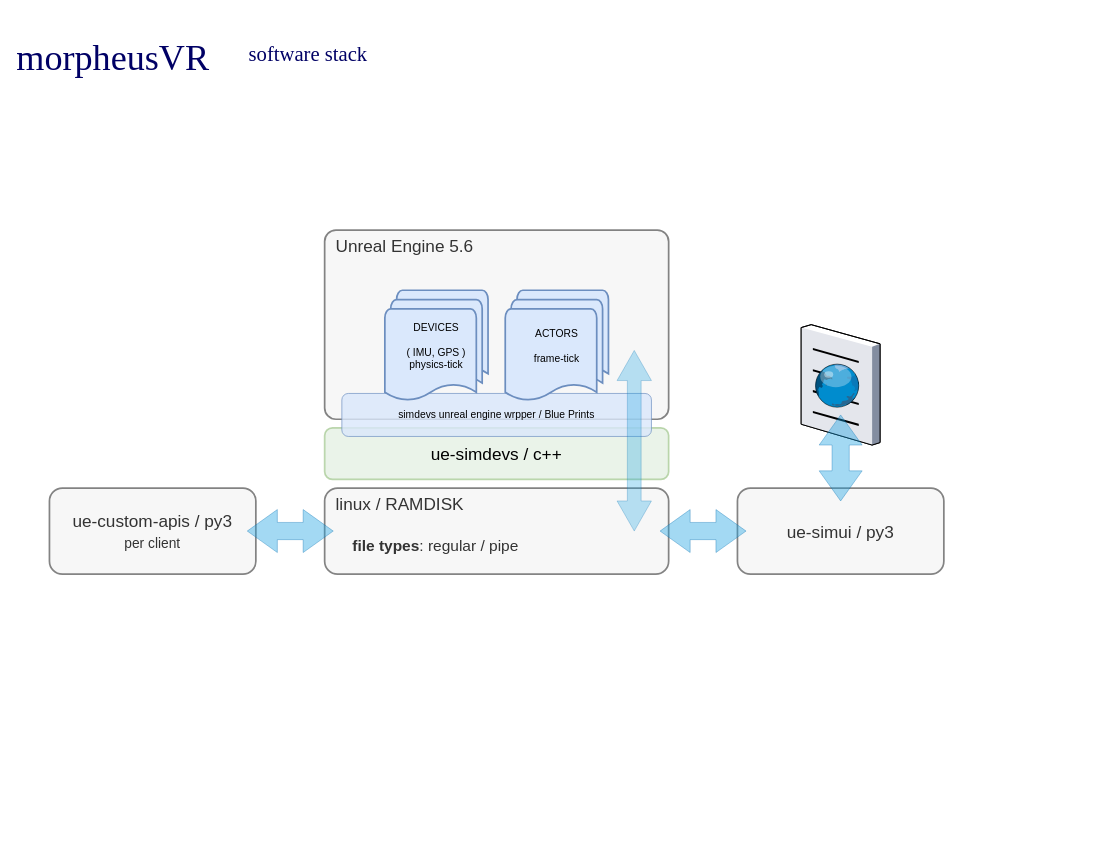
This is dox/morpheusVR.drawio from iotech-systems/ue-siminit, a draw.io file, before an edit. Source tidied: cells renumbered, new cells numbered last; positions are measured from the earlier drawing's top-left corner, leaving out a move shared by most shapes. Both pictures are drawn from the tidied source at 86%, with x=0, y=0 at pixel (15, 15).
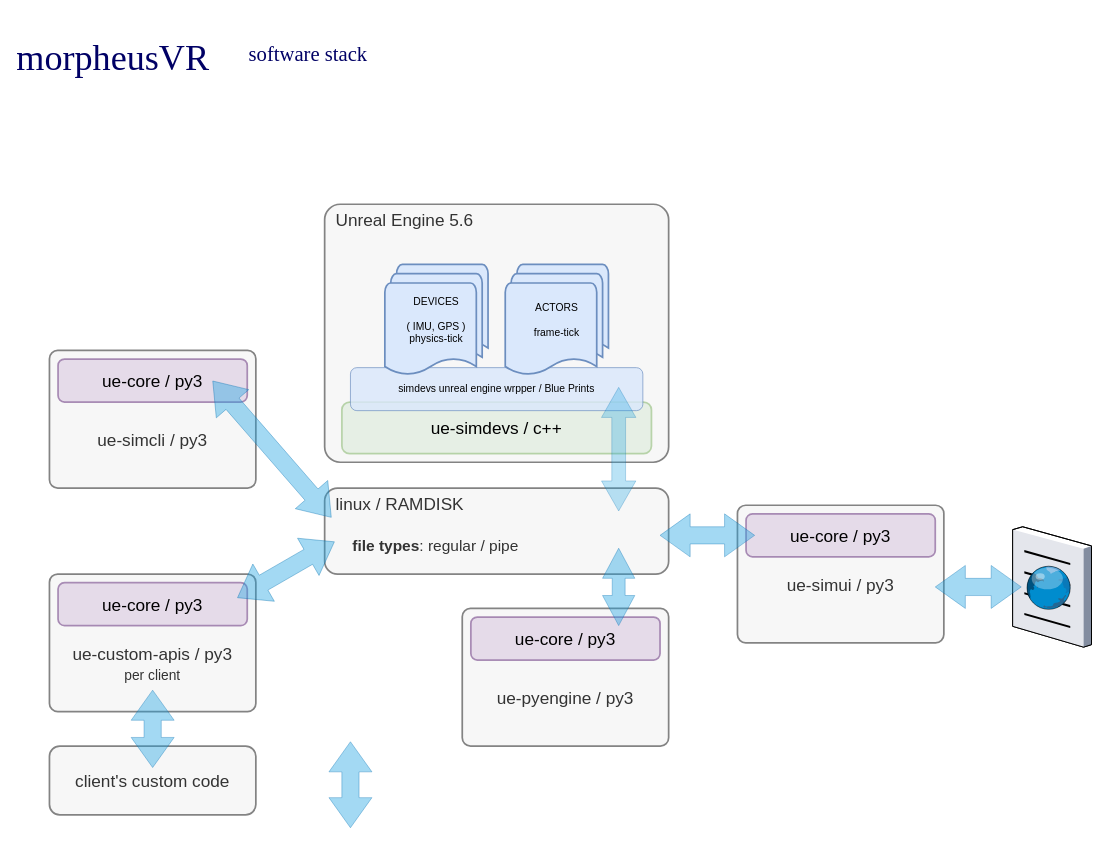
After the change.

Change to the diagram source:
```diff
@@
+    <mxCell id="17" value="&lt;div&gt;&lt;br&gt;&lt;/div&gt;&lt;div&gt;&lt;br&gt;&lt;/div&gt;&lt;div&gt;ue-custom-apis / py3&lt;/div&gt;&lt;font style=&quot;font-size: 16px;&quot;&gt;per client&lt;/font&gt;" style="rounded=1;whiteSpace=wrap;html=1;fontSize=20;fillColor=#f5f5f5;fontColor=#333333;strokeColor=#666666;align=center;verticalAlign=middle;strokeWidth=2;opacity=80;arcSize=6;" parent="1" vertex="1">
+      <mxGeometry x="40" y="650" width="240" height="160" as="geometry" />
+    </mxCell>
@@
     <mxCell id="3" value="&lt;div align=&quot;left&quot;&gt;&amp;nbsp; Unreal Engine 5.6&lt;/div&gt;" style="rounded=1;whiteSpace=wrap;html=1;fontSize=20;fillColor=#f5f5f5;fontColor=#333333;strokeColor=#666666;align=left;verticalAlign=top;arcSize=6;strokeWidth=2;opacity=80;" parent="1" vertex="1">
-      <mxGeometry x="360" y="250" width="400" height="220" as="geometry" />
+      <mxGeometry x="360" y="220" width="400" height="300" as="geometry" />
     </mxCell>
@@
     <mxCell id="5" value="ue-simdevs / c++" style="rounded=1;whiteSpace=wrap;html=1;fontSize=20;fillColor=#d5e8d4;strokeColor=#82b366;opacity=50;strokeWidth=2;" parent="1" vertex="1">
-      <mxGeometry x="360" y="480" width="400" height="60" as="geometry" />
+      <mxGeometry x="380" y="450" width="360" height="60" as="geometry" />
     </mxCell>
@@
     <mxCell id="7" value="simdevs unreal engine wrpper / Blue Prints" style="rounded=1;whiteSpace=wrap;html=1;fillColor=#dae8fc;strokeColor=#6c8ebf;opacity=80;" parent="1" vertex="1">
-      <mxGeometry x="380" y="440" width="360" height="50" as="geometry" />
+      <mxGeometry x="390" y="410" width="340" height="50" as="geometry" />
     </mxCell>
     <mxCell id="8" value="&lt;div&gt;ACTORS&lt;/div&gt;&lt;div&gt;&lt;br&gt;&lt;/div&gt;&lt;div&gt;frame-tick&lt;/div&gt;" style="strokeWidth=2;html=1;shape=mxgraph.flowchart.multi-document;whiteSpace=wrap;fillColor=#dae8fc;strokeColor=#6c8ebf;" parent="1" vertex="1">
-      <mxGeometry x="570" y="320" width="120" height="130" as="geometry" />
+      <mxGeometry x="570" y="290" width="120" height="130" as="geometry" />
     </mxCell>
     <mxCell id="9" value="&lt;div&gt;DEVICES&lt;/div&gt;&lt;div&gt;&lt;br&gt;&lt;/div&gt;&lt;div&gt;( IMU, GPS )&lt;/div&gt;&lt;div&gt;physics-tick&lt;/div&gt;" style="strokeWidth=2;html=1;shape=mxgraph.flowchart.multi-document;whiteSpace=wrap;fillColor=#dae8fc;strokeColor=#6c8ebf;" parent="1" vertex="1">
-      <mxGeometry x="430" y="320" width="120" height="130" as="geometry" />
+      <mxGeometry x="430" y="290" width="120" height="130" as="geometry" />
     </mxCell>
-    <mxCell id="10" value="ue-simui / py3" style="rounded=1;whiteSpace=wrap;html=1;fontSize=20;fillColor=#f5f5f5;fontColor=#333333;strokeColor=#666666;align=center;verticalAlign=middle;strokeWidth=2;opacity=80;" parent="1" vertex="1">
-      <mxGeometry x="840" y="550" width="240" height="100" as="geometry" />
+    <mxCell id="10" value="&lt;br&gt;&lt;div&gt;ue-simui / py3&lt;/div&gt;" style="rounded=1;whiteSpace=wrap;html=1;fontSize=20;fillColor=#f5f5f5;fontColor=#333333;strokeColor=#666666;align=center;verticalAlign=middle;strokeWidth=2;opacity=80;imageWidth=24;arcSize=6;" parent="1" vertex="1">
+      <mxGeometry x="840" y="570" width="240" height="160" as="geometry" />
     </mxCell>
-    <mxCell id="11" style="html=1;shadow=0;dashed=0;align=center;verticalAlign=middle;shape=mxgraph.arrows2.twoWayArrow;dy=0.6;dx=35;fillColor=#1ba1e2;fontColor=#ffffff;strokeColor=#006EAF;opacity=40;" parent="1" vertex="1">
-      <mxGeometry x="750" y="575" width="100" height="50" as="geometry" />
-    </mxCell>
     <mxCell id="12" style="verticalLabelPosition=bottom;sketch=0;html=1;verticalAlign=top;strokeColor=none;align=center;shape=mxgraph.citrix.browser;" parent="1" vertex="1">
-      <mxGeometry x="914.1" y="360" width="91.7" height="140" as="geometry" />
+      <mxGeometry x="1160" y="595" width="91.7" height="140" as="geometry" />
     </mxCell>
-    <mxCell id="13" style="html=1;shadow=0;dashed=0;align=center;verticalAlign=middle;shape=mxgraph.arrows2.twoWayArrow;dy=0.6;dx=35;fillColor=#1ba1e2;fontColor=#ffffff;strokeColor=#006EAF;opacity=40;rotation=-90;" parent="1" vertex="1">
-      <mxGeometry x="910" y="490" width="100" height="50" as="geometry" />
+    <mxCell id="13" style="html=1;shadow=0;dashed=0;align=center;verticalAlign=middle;shape=mxgraph.arrows2.twoWayArrow;dy=0.6;dx=35;fillColor=#1ba1e2;fontColor=#ffffff;strokeColor=#006EAF;opacity=40;rotation=-180;" parent="1" vertex="1">
+      <mxGeometry x="1070" y="640" width="100" height="50" as="geometry" />
     </mxCell>
-    <mxCell id="14" value="&lt;div&gt;ue-custom-apis / py3&lt;/div&gt;&lt;font style=&quot;font-size: 16px;&quot;&gt;per client&lt;/font&gt;" style="rounded=1;whiteSpace=wrap;html=1;fontSize=20;fillColor=#f5f5f5;fontColor=#333333;strokeColor=#666666;align=center;verticalAlign=middle;strokeWidth=2;opacity=80;" parent="1" vertex="1">
-      <mxGeometry x="40" y="550" width="240" height="100" as="geometry" />
+    <mxCell id="14" value="&lt;div&gt;ue-core / py3&lt;/div&gt;" style="rounded=1;whiteSpace=wrap;html=1;fontSize=20;fillColor=#e1d5e7;strokeColor=#9673a6;align=center;verticalAlign=middle;strokeWidth=2;opacity=80;" parent="1" vertex="1">
+      <mxGeometry x="50" y="660" width="220" height="50" as="geometry" />
     </mxCell>
-    <mxCell id="15" style="html=1;shadow=0;dashed=0;align=center;verticalAlign=middle;shape=mxgraph.arrows2.twoWayArrow;dy=0.6;dx=35;fillColor=#1ba1e2;fontColor=#ffffff;strokeColor=#006EAF;opacity=40;" parent="1" vertex="1">
-      <mxGeometry x="270" y="575" width="100" height="50" as="geometry" />
+    <mxCell id="15" style="html=1;shadow=0;dashed=0;align=center;verticalAlign=middle;shape=mxgraph.arrows2.twoWayArrow;dy=0.6;dx=35;fillColor=#1ba1e2;fontColor=#ffffff;strokeColor=#006EAF;opacity=40;rotation=-30;" parent="1" vertex="1">
+      <mxGeometry x="250" y="620" width="130" height="50" as="geometry" />
     </mxCell>
     <mxCell id="16" style="html=1;shadow=0;dashed=0;align=center;verticalAlign=middle;shape=mxgraph.arrows2.twoWayArrow;dy=0.6;dx=35;fillColor=#1ba1e2;fontColor=#ffffff;strokeColor=#006EAF;opacity=30;rotation=-90;" parent="1" vertex="1">
-      <mxGeometry x="615" y="475" width="210" height="40" as="geometry" />
+      <mxGeometry x="630" y="484.8" width="143.8" height="40" as="geometry" />
     </mxCell>
+    <mxCell id="18" value="client's custom code" style="rounded=1;whiteSpace=wrap;html=1;fontSize=20;fillColor=#f5f5f5;fontColor=#333333;strokeColor=#666666;align=center;verticalAlign=middle;strokeWidth=2;opacity=80;" parent="1" vertex="1">
+      <mxGeometry x="40" y="850" width="240" height="80" as="geometry" />
+    </mxCell>
+    <mxCell id="19" style="html=1;shadow=0;dashed=0;align=center;verticalAlign=middle;shape=mxgraph.arrows2.twoWayArrow;dy=0.6;dx=35;fillColor=#1ba1e2;fontColor=#ffffff;strokeColor=#006EAF;opacity=40;rotation=-90;" parent="1" vertex="1">
+      <mxGeometry x="340" y="870" width="100" height="50" as="geometry" />
+    </mxCell>
+    <mxCell id="20" value="&lt;div&gt;ue-core / py3&lt;/div&gt;" style="rounded=1;whiteSpace=wrap;html=1;fontSize=20;fillColor=#e1d5e7;strokeColor=#9673a6;align=center;verticalAlign=middle;strokeWidth=2;opacity=80;" parent="1" vertex="1">
+      <mxGeometry x="850" y="580" width="220" height="50" as="geometry" />
+    </mxCell>
+    <mxCell id="21" style="html=1;shadow=0;dashed=0;align=center;verticalAlign=middle;shape=mxgraph.arrows2.twoWayArrow;dy=0.6;dx=35;fillColor=#1ba1e2;fontColor=#ffffff;strokeColor=#006EAF;opacity=40;" parent="1" vertex="1">
+      <mxGeometry x="750" y="580" width="110" height="50" as="geometry" />
+    </mxCell>
+    <mxCell id="22" style="html=1;shadow=0;dashed=0;align=center;verticalAlign=middle;shape=mxgraph.arrows2.twoWayArrow;dy=0.6;dx=35;fillColor=#1ba1e2;fontColor=#ffffff;strokeColor=#006EAF;opacity=40;rotation=-90;" parent="1" vertex="1">
+      <mxGeometry x="115" y="805" width="90" height="50" as="geometry" />
+    </mxCell>
+    <mxCell id="23" value="&lt;div&gt;&lt;br&gt;&lt;/div&gt;&lt;div&gt;&lt;br&gt;&lt;/div&gt;&lt;div&gt;ue-simcli / py3&lt;/div&gt;" style="rounded=1;whiteSpace=wrap;html=1;fontSize=20;fillColor=#f5f5f5;fontColor=#333333;strokeColor=#666666;align=center;verticalAlign=middle;strokeWidth=2;opacity=80;arcSize=6;" parent="1" vertex="1">
+      <mxGeometry x="40" y="390" width="240" height="160" as="geometry" />
+    </mxCell>
+    <mxCell id="24" value="&lt;div&gt;ue-core / py3&lt;/div&gt;" style="rounded=1;whiteSpace=wrap;html=1;fontSize=20;fillColor=#e1d5e7;strokeColor=#9673a6;align=center;verticalAlign=middle;strokeWidth=2;opacity=80;" parent="1" vertex="1">
+      <mxGeometry x="50" y="400" width="220" height="50" as="geometry" />
+    </mxCell>
+    <mxCell id="25" style="html=1;shadow=0;dashed=0;align=center;verticalAlign=middle;shape=mxgraph.arrows2.twoWayArrow;dy=0.6;dx=35;fillColor=#1ba1e2;fontColor=#ffffff;strokeColor=#006EAF;opacity=40;rotation=-131;" parent="1" vertex="1">
+      <mxGeometry x="193.8" y="479.8" width="210" height="50" as="geometry" />
+    </mxCell>
+    <mxCell id="26" value="&lt;div&gt;&lt;br&gt;&lt;/div&gt;&lt;div&gt;&lt;br&gt;&lt;/div&gt;&lt;div&gt;ue-pyengine / py3&lt;/div&gt;" style="rounded=1;whiteSpace=wrap;html=1;fontSize=20;fillColor=#f5f5f5;fontColor=#333333;strokeColor=#666666;align=center;verticalAlign=middle;strokeWidth=2;opacity=80;arcSize=6;" parent="1" vertex="1">
+      <mxGeometry x="520" y="690" width="240" height="160" as="geometry" />
+    </mxCell>
+    <mxCell id="27" value="&lt;div&gt;ue-core / py3&lt;/div&gt;" style="rounded=1;whiteSpace=wrap;html=1;fontSize=20;fillColor=#e1d5e7;strokeColor=#9673a6;align=center;verticalAlign=middle;strokeWidth=2;opacity=80;" parent="1" vertex="1">
+      <mxGeometry x="530" y="700" width="220" height="50" as="geometry" />
+    </mxCell>
+    <mxCell id="28" style="html=1;shadow=0;dashed=0;align=center;verticalAlign=middle;shape=mxgraph.arrows2.twoWayArrow;dy=0.6;dx=35;fillColor=#1ba1e2;fontColor=#ffffff;strokeColor=#006EAF;opacity=40;rotation=-90;" parent="1" vertex="1">
+      <mxGeometry x="656.9" y="646.2" width="90" height="37.5" as="geometry" />
+    </mxCell>
```
